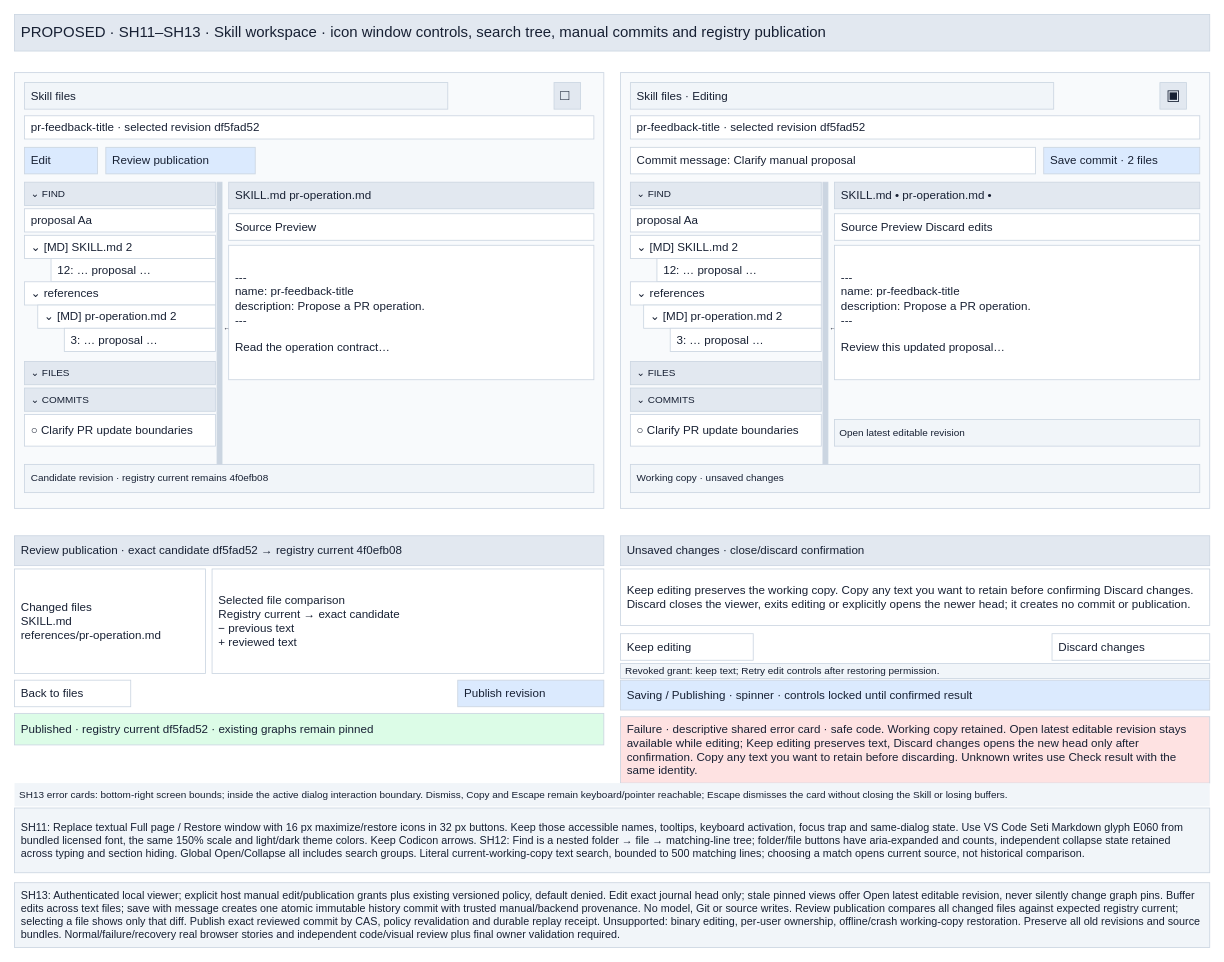
This is page "Skill workspace editing and publication" (6 of 6) of projects/laomedo/subsystems/skill-registry/design/skill-files.drawio from amadou-6e/specs, a draw.io file, before an edit. Source tidied: cells renumbered, new cells numbered last; positions are measured from the earlier drawing's top-left corner, leaving out a move shared by most shapes. Both pictures are drawn from the tidied source at 83%, with x=0, y=0 at pixel (14, 14).
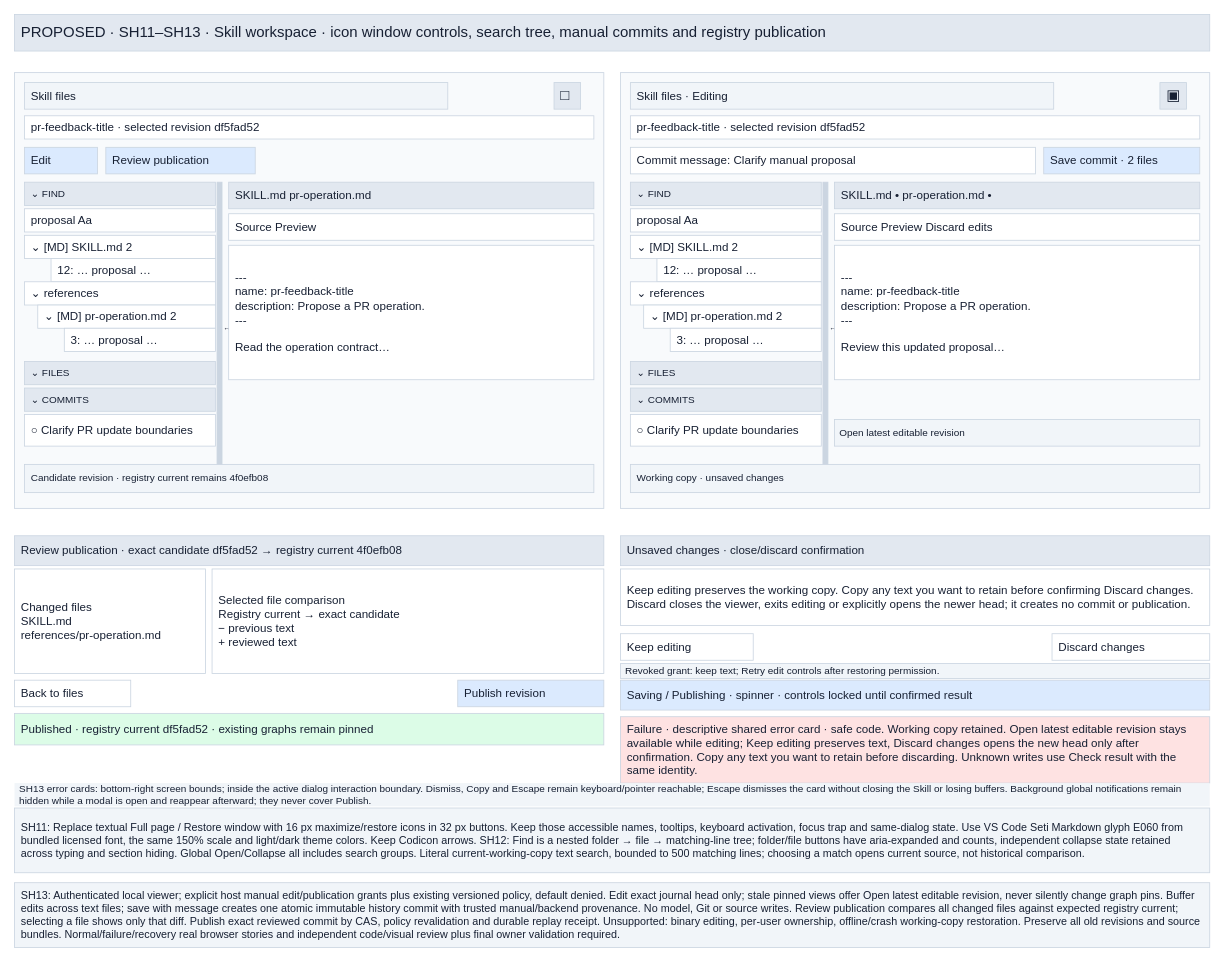
The same diagram, later.

Commit message (it also covers changes not shown here):
Keep background notifications outside Skill modal interactions

What changed in the source:
```diff
@@
-    <mxCell id="59" value="SH13 error cards: bottom-right screen bounds; inside the active dialog interaction boundary. Dismiss, Copy and Escape remain keyboard/pointer reachable; Escape dismisses the card without closing the Skill or losing buffers." style="rounded=0;whiteSpace=wrap;html=0;fillColor=#f1f5f9;strokeColor=none;fontColor=#172033;fontFamily=Arial;fontSize=12;align=left;verticalAlign=middle;spacing=6;" parent="1" vertex="1">
+    <mxCell id="59" value="SH13 error cards: bottom-right screen bounds; inside the active dialog interaction boundary. Dismiss, Copy and Escape remain keyboard/pointer reachable; Escape dismisses the card without closing the Skill or losing buffers. Background global notifications remain hidden while a modal is open and reappear afterward; they never cover Publish." style="rounded=0;whiteSpace=wrap;html=0;fillColor=#f1f5f9;strokeColor=none;fontColor=#172033;fontFamily=Arial;fontSize=12;align=left;verticalAlign=middle;spacing=6;" parent="1" vertex="1">
       <mxGeometry y="926" width="1440" height="28" as="geometry" />
     </mxCell>
```
